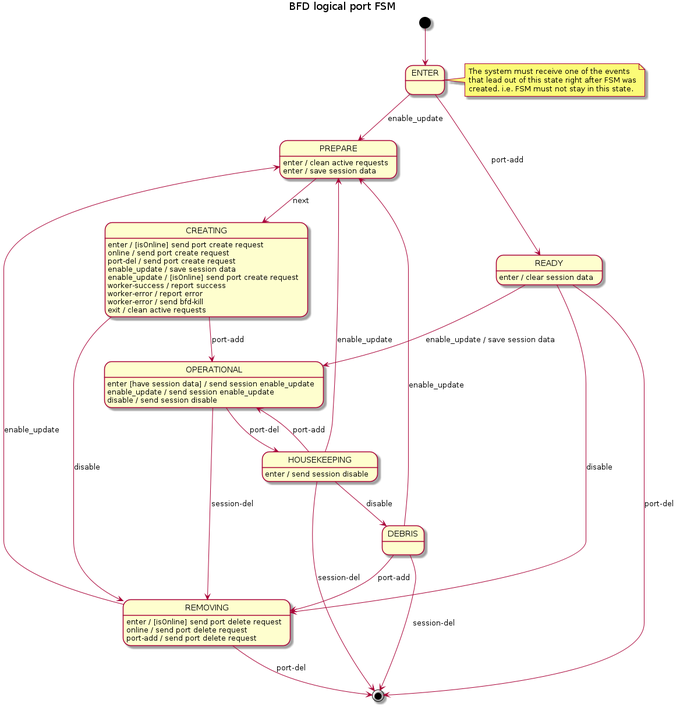
The PlantUML diagram docs/design/network-discovery/bfd-logical-port-FSM.png in telstra/open-kilda, before a commit. Source of this version:
```plantuml
@startuml
title BFD logical port FSM

[*] --> ENTER
note right of ENTER
    The system must receive one of the events
    that lead out of this state right after FSM was
    created. i.e. FSM must not stay in this state.
end note

ENTER --> PREPARE : enable_update
ENTER --> READY : port-add

PREPARE --> CREATING : next
PREPARE: enter / clean active requests
PREPARE: enter / save session data

READY --> OPERATIONAL : enable_update / save session data
READY --> REMOVING : disable
READY --> [*] : port-del
READY : enter / clear session data

CREATING --> OPERATIONAL : port-add
CREATING -> REMOVING : disable
CREATING: enter / [isOnline] send port create request
CREATING: online / send port create request
CREATING: port-del / send port create request
CREATING: enable_update / save session data
CREATING: enable_update / [isOnline] send port create request
CREATING: worker-success / report success
CREATING: worker-error / report error
CREATING: worker-error / send bfd-kill
CREATING: exit / clean active requests

OPERATIONAL --> REMOVING : session-del
OPERATIONAL --> HOUSEKEEPING : port-del
OPERATIONAL: enter [have session data] / send session enable_update
OPERATIONAL: enable_update / send session enable_update
OPERATIONAL: disable / send session disable

REMOVING --> PREPARE : enable_update
REMOVING --> [*] : port-del
REMOVING: enter / [isOnline] send port delete request
REMOVING: online / send port delete request
REMOVING: port-add / send port delete request

HOUSEKEEPING --> OPERATIONAL : port-add
HOUSEKEEPING --> [*] : session-del
HOUSEKEEPING --> PREPARE : enable_update
HOUSEKEEPING --> DEBRIS : disable
HOUSEKEEPING : enter / send session disable

DEBRIS --> [*] : session-del
DEBRIS --> REMOVING : port-add
DEBRIS --> PREPARE : enable_update

@enduml
```
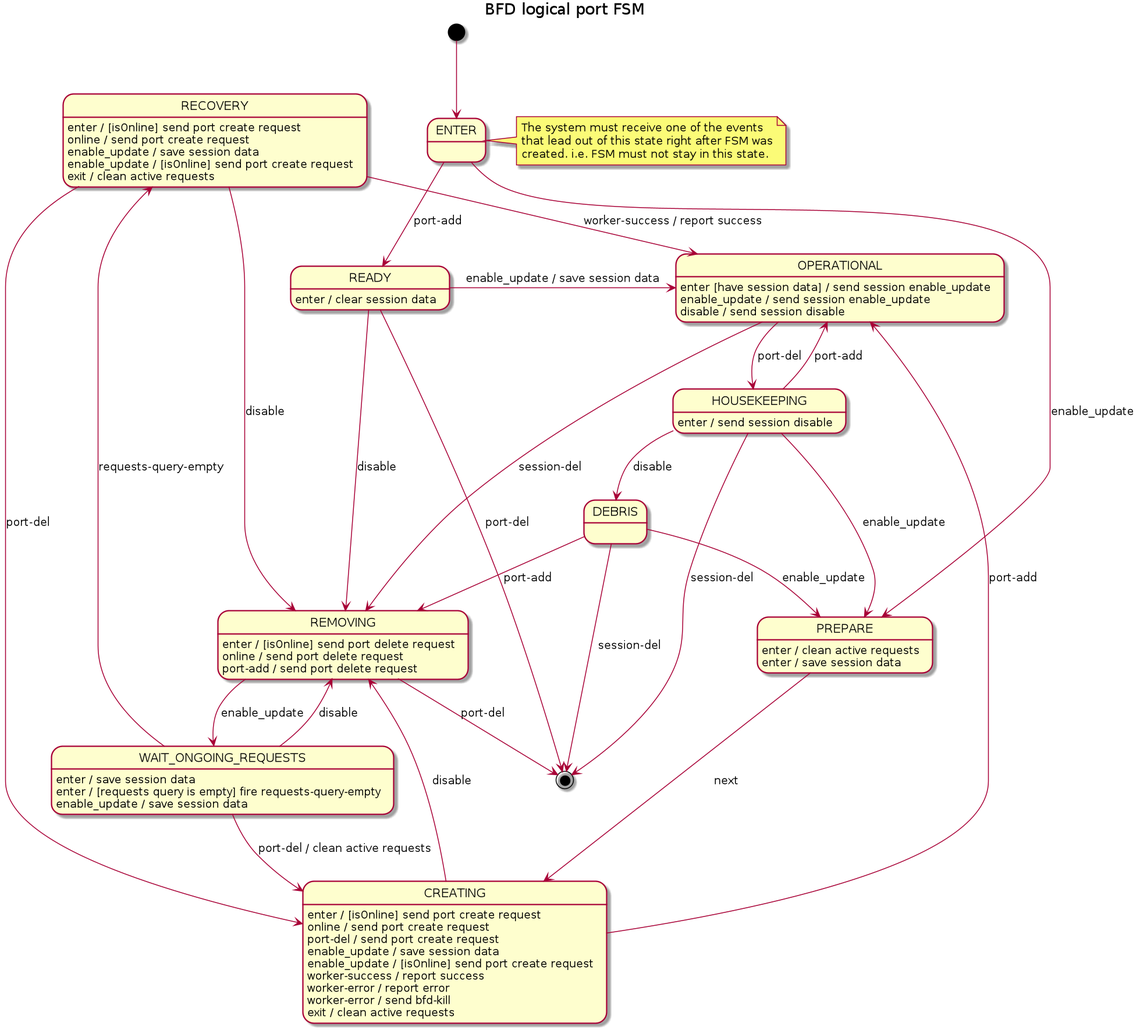
After the change.

Commit message:
Fix BFD logical port recreate race condition

Change to the diagram source:
```diff
@@ -15,13 +15,13 @@
 PREPARE: enter / clean active requests
 PREPARE: enter / save session data
 
-READY --> OPERATIONAL : enable_update / save session data
+READY -> OPERATIONAL : enable_update / save session data
 READY --> REMOVING : disable
 READY --> [*] : port-del
 READY : enter / clear session data
 
-CREATING --> OPERATIONAL : port-add
-CREATING -> REMOVING : disable
+CREATING -> OPERATIONAL : port-add
+CREATING --> REMOVING : disable
 CREATING: enter / [isOnline] send port create request
 CREATING: online / send port create request
 CREATING: port-del / send port create request
@@ -38,9 +38,9 @@
 OPERATIONAL: enable_update / send session enable_update
 OPERATIONAL: disable / send session disable
 
-REMOVING --> PREPARE : enable_update
+REMOVING: enter / [isOnline] send port delete request
+REMOVING --> WAIT_ONGOING_REQUESTS : enable_update
 REMOVING --> [*] : port-del
-REMOVING: enter / [isOnline] send port delete request
 REMOVING: online / send port delete request
 REMOVING: port-add / send port delete request
 
@@ -54,4 +54,20 @@
 DEBRIS --> REMOVING : port-add
 DEBRIS --> PREPARE : enable_update
 
+WAIT_ONGOING_REQUESTS : enter / save session data
+WAIT_ONGOING_REQUESTS : enter / [requests query is empty] fire requests-query-empty
+WAIT_ONGOING_REQUESTS -u-> RECOVERY : requests-query-empty
+WAIT_ONGOING_REQUESTS --> CREATING : port-del / clean active requests
+WAIT_ONGOING_REQUESTS --> REMOVING : disable
+WAIT_ONGOING_REQUESTS : enable_update / save session data
+
+RECOVERY : enter / [isOnline] send port create request
+RECOVERY --> OPERATIONAL : worker-success / report success
+RECOVERY --> REMOVING : disable
+RECOVERY --> CREATING : port-del
+RECOVERY : online / send port create request
+RECOVERY : enable_update / save session data
+RECOVERY : enable_update / [isOnline] send port create request
+RECOVERY: exit / clean active requests
+
 @enduml
```
